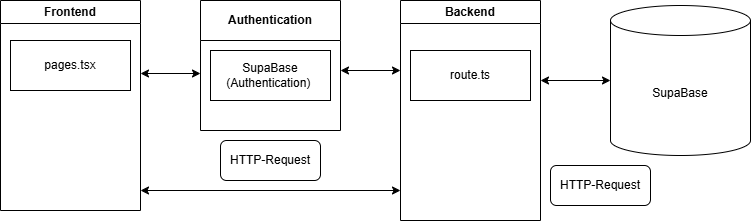
The draw.io diagram Abbildungen/verteilungssicht.png in pndroa/event-planer-dokumentation, before a commit. Source tidied: cells renumbered, new cells last; positions are measured from the earlier drawing's top-left corner, leaving out a move shared by most shapes. Source of this version:
```xml
<mxGraphModel>
  <root>
    <mxCell id="0" />
    <mxCell id="1" parent="0" />
    <mxCell id="2" value="Frontend" style="swimlane;whiteSpace=wrap;html=1;" parent="1" vertex="1">
      <mxGeometry width="140" height="210" as="geometry" />
    </mxCell>
    <mxCell id="3" value="pages.tsx" style="rounded=0;whiteSpace=wrap;html=1;" parent="2" vertex="1">
      <mxGeometry x="10" y="40" width="120" height="50" as="geometry" />
    </mxCell>
    <mxCell id="4" value="Backend" style="swimlane;whiteSpace=wrap;html=1;startSize=23;" parent="1" vertex="1">
      <mxGeometry x="400" width="140" height="220" as="geometry" />
    </mxCell>
    <mxCell id="5" value="route.ts" style="rounded=0;whiteSpace=wrap;html=1;" parent="4" vertex="1">
      <mxGeometry x="10" y="50" width="120" height="50" as="geometry" />
    </mxCell>
    <mxCell id="6" value="SupaBase" style="shape=cylinder3;whiteSpace=wrap;html=1;boundedLbl=1;backgroundOutline=1;size=15;" parent="1" vertex="1">
      <mxGeometry x="610" y="5" width="140" height="150" as="geometry" />
    </mxCell>
    <mxCell id="7" style="endArrow=classic;startArrow=classic;html=1;rounded=0;entryX=0;entryY=0.5;entryDx=0;entryDy=0;entryPerimeter=0;" parent="1" edge="1" target="6">
      <mxGeometry relative="1" as="geometry">
        <mxPoint x="540" y="80" as="sourcePoint" />
      </mxGeometry>
    </mxCell>
    <mxCell id="8" value="Authentication" style="swimlane;whiteSpace=wrap;html=1;startSize=40;" parent="1" vertex="1">
      <mxGeometry x="200" width="140" height="130" as="geometry" />
    </mxCell>
    <mxCell id="9" value="SupaBase (Authentication)&amp;nbsp;" style="rounded=0;whiteSpace=wrap;html=1;" parent="8" vertex="1">
      <mxGeometry x="10" y="50" width="120" height="50" as="geometry" />
    </mxCell>
    <mxCell id="10" value="&lt;div&gt;HTTP-Request&lt;/div&gt;" style="rounded=1;whiteSpace=wrap;html=1;" parent="1" vertex="1">
      <mxGeometry x="220" y="140" width="100" height="40" as="geometry" />
    </mxCell>
    <mxCell id="11" value="&lt;div&gt;HTTP-Request&lt;/div&gt;" style="rounded=1;whiteSpace=wrap;html=1;" parent="1" vertex="1">
      <mxGeometry x="550" y="165" width="100" height="40" as="geometry" />
    </mxCell>
    <mxCell id="12" style="endArrow=classic;startArrow=classic;html=1;rounded=0;" parent="1" edge="1">
      <mxGeometry relative="1" as="geometry">
        <mxPoint x="140" y="73" as="sourcePoint" />
        <mxPoint x="200" y="73" as="targetPoint" />
      </mxGeometry>
    </mxCell>
    <mxCell id="13" style="endArrow=classic;startArrow=classic;html=1;rounded=0;" parent="1" edge="1">
      <mxGeometry relative="1" as="geometry">
        <mxPoint x="340" y="70" as="sourcePoint" />
        <mxPoint x="400" y="70" as="targetPoint" />
      </mxGeometry>
    </mxCell>
    <mxCell id="14" style="endArrow=classic;startArrow=classic;html=1;rounded=0;" parent="1" edge="1">
      <mxGeometry relative="1" as="geometry">
        <mxPoint x="140" y="190" as="sourcePoint" />
        <mxPoint x="400" y="190" as="targetPoint" />
      </mxGeometry>
    </mxCell>
  </root>
</mxGraphModel>
```
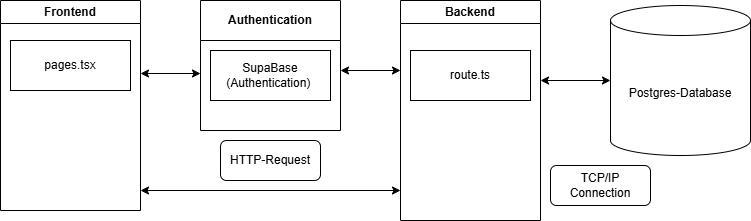
The same file after the commit.

Change to the diagram source:
```diff
@@ -14,7 +14,7 @@
     <mxCell id="5" value="route.ts" style="rounded=0;whiteSpace=wrap;html=1;" parent="4" vertex="1">
       <mxGeometry x="10" y="50" width="120" height="50" as="geometry" />
     </mxCell>
-    <mxCell id="6" value="SupaBase" style="shape=cylinder3;whiteSpace=wrap;html=1;boundedLbl=1;backgroundOutline=1;size=15;" parent="1" vertex="1">
+    <mxCell id="6" value="Postgres-Database" style="shape=cylinder3;whiteSpace=wrap;html=1;boundedLbl=1;backgroundOutline=1;size=15;" parent="1" vertex="1">
       <mxGeometry x="610" y="5" width="140" height="150" as="geometry" />
     </mxCell>
     <mxCell id="7" style="endArrow=classic;startArrow=classic;html=1;rounded=0;entryX=0;entryY=0.5;entryDx=0;entryDy=0;entryPerimeter=0;" parent="1" edge="1" target="6">
@@ -31,7 +31,7 @@
     <mxCell id="10" value="&lt;div&gt;HTTP-Request&lt;/div&gt;" style="rounded=1;whiteSpace=wrap;html=1;" parent="1" vertex="1">
       <mxGeometry x="220" y="140" width="100" height="40" as="geometry" />
     </mxCell>
-    <mxCell id="11" value="&lt;div&gt;HTTP-Request&lt;/div&gt;" style="rounded=1;whiteSpace=wrap;html=1;" parent="1" vertex="1">
+    <mxCell id="11" value="TCP/IP Connection" style="rounded=1;whiteSpace=wrap;html=1;" parent="1" vertex="1">
       <mxGeometry x="550" y="165" width="100" height="40" as="geometry" />
     </mxCell>
     <mxCell id="12" style="endArrow=classic;startArrow=classic;html=1;rounded=0;" parent="1" edge="1">
```
